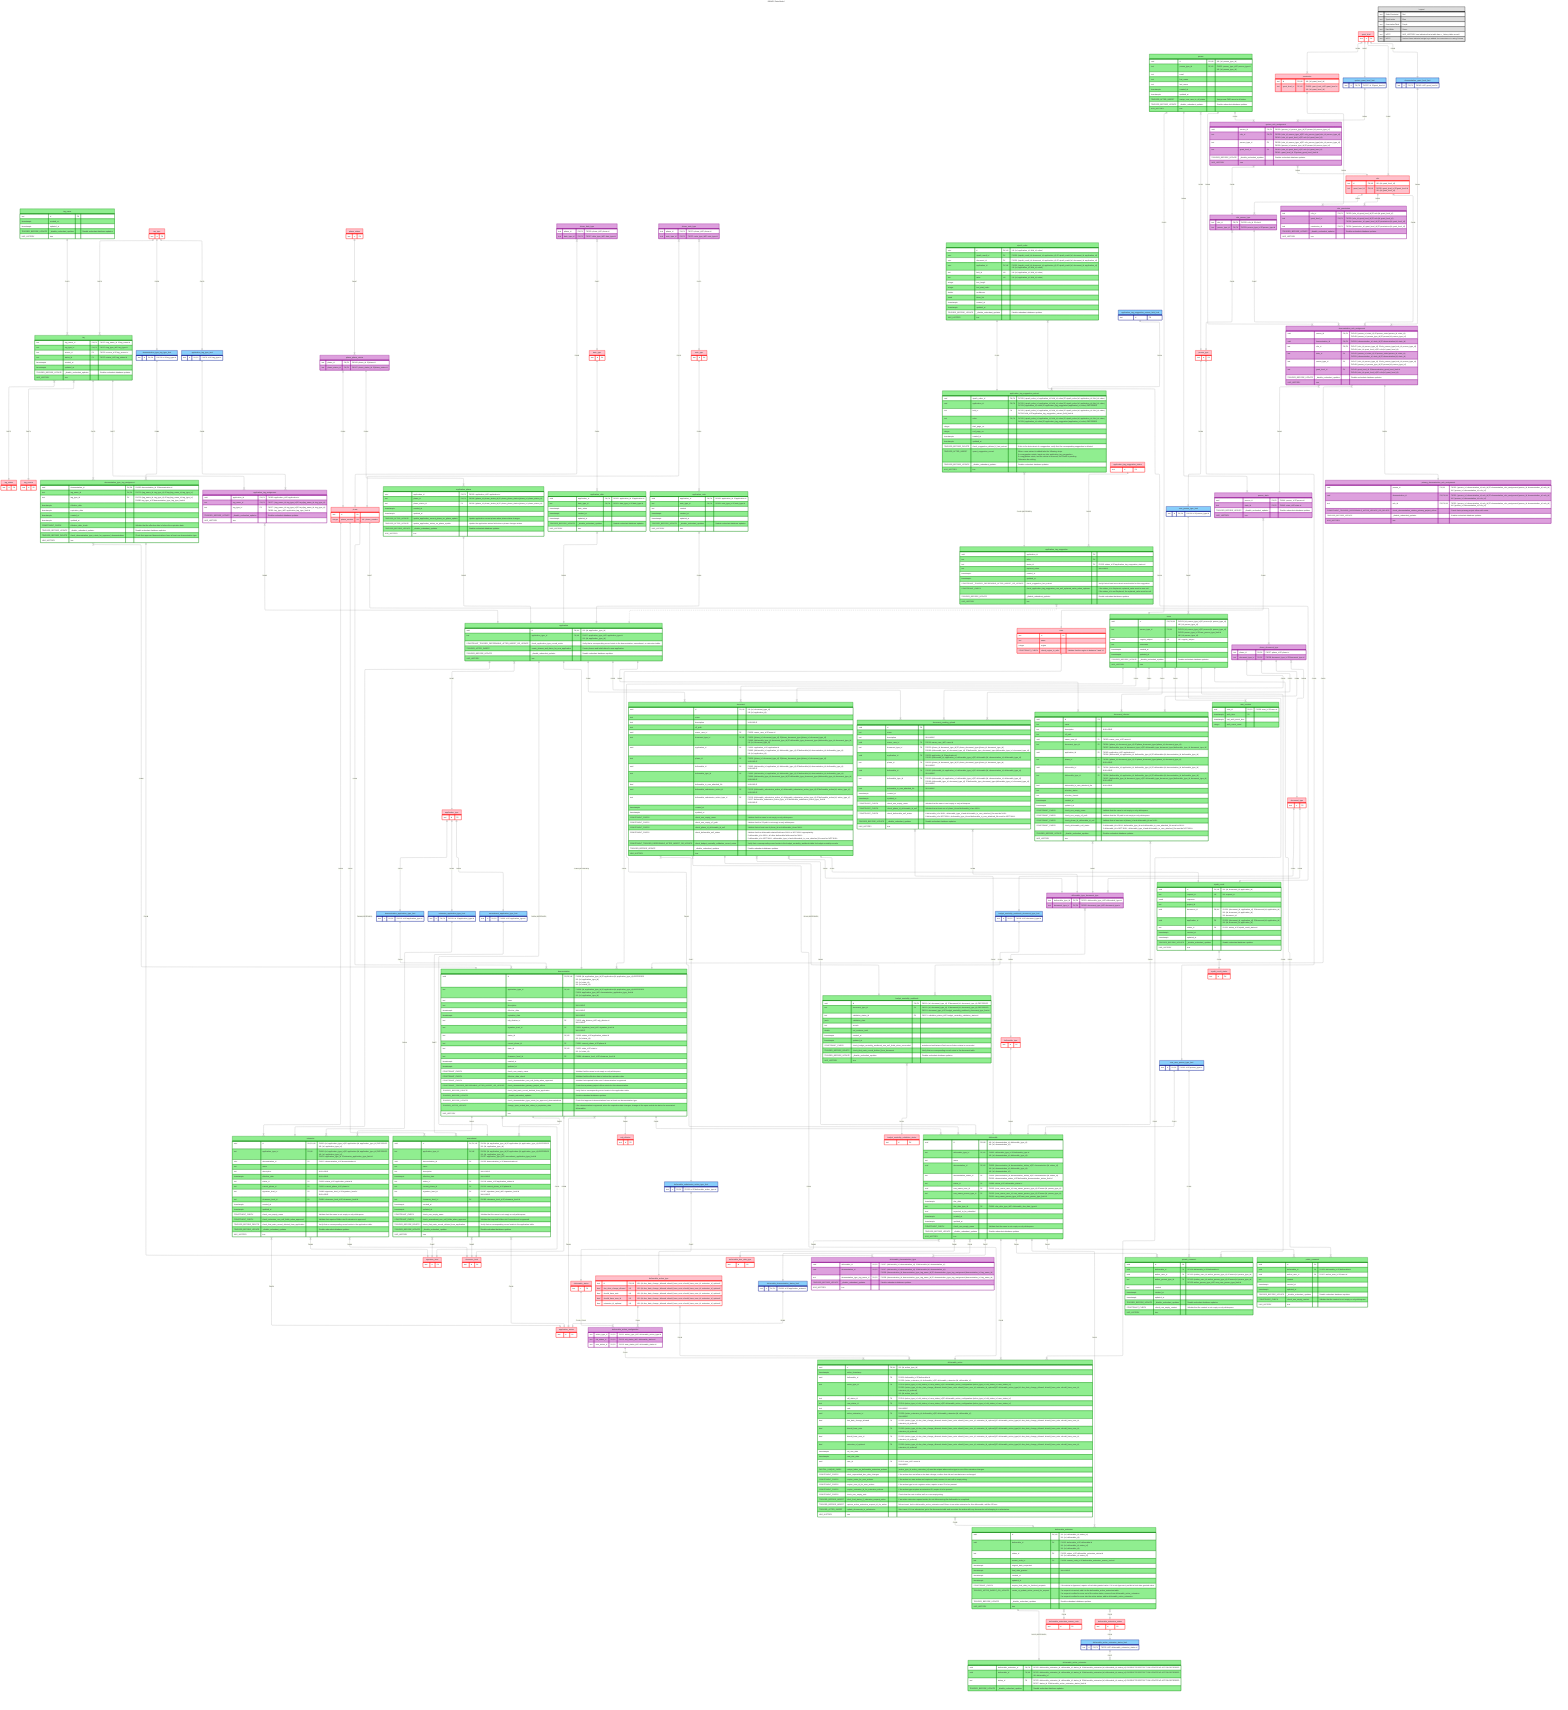
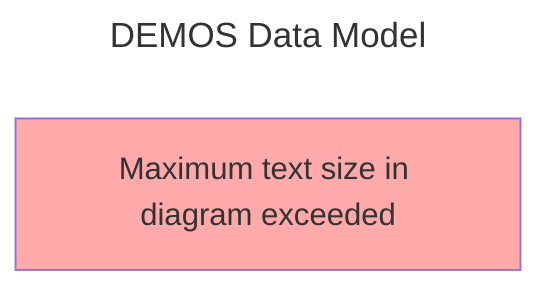
---
title: DEMOS Data Model
config:
  theme: default
  layout: elk
  elk:
    nodePlacementStrategy: NETWORK_SIMPLEX
---

erDiagram
  classDef staticConstraint stroke:red,fill:pink
  classDef typeLimiter stroke:navy,fill:lightskyblue
  classDef dataTable stroke:green,fill:lightgreen
  classDef associativeTable stroke:darkmagenta,fill:plum
  classDef legend stroke:black,fill:#ddd

  tag_name ||--|{ tag : "FK072"
  tag_type ||--|{ tag : "FK073"
  tag }|--|| tag_status : "FK075"
  tag }|--|| tag_source : "FK074"
  tag ||--|{ demonstration_type_tag_assignment : "FK076"
  tag ||--|{ application_tag_assignment : "FK077"
  tag_type ||--|| demonstration_type_tag_type_limit : "FK078"
  tag_type ||--|| application_tag_type_limit : "FK079"
  demonstration_type_tag_type_limit ||--|{ demonstration_type_tag_assignment : "FK080"
  application_tag_type_limit ||--|{ application_tag_assignment : "FK081"
  demonstration_type_tag_assignment }|--|| demonstration : "FK082"
  application_tag_assignment }|--|| application : "FK083"
  phase_status ||--|{ phase_phase_status : "FK067"
  phase_phase_status }|--|| phase : "FK066"
-   phase_phase_status ||--|{ application_phase  : "FK004"
+   phase_phase_status ||--|{ application_phase : "FK004"
  phase_date_type }|--|| phase : "FK003"
  phase_note_type }|--|| phase : "FK070"
-   phase_date_type }|--|| date_type: "FK017"
-   phase_note_type }|--|| note_type: "FK071"
+   phase_date_type }|--|| date_type : "FK017"
+   phase_note_type }|--|| note_type : "FK071"
  application_phase }|--|| application : "FK005"
-   date_type ||--|{ application_date  : "FK001"
-   note_type ||--|{ application_note  : "FK069"
+   date_type ||--|{ application_date : "FK001"
+   note_type ||--|{ application_note : "FK069"
  application_date }|--|| application : "FK002"
  application_note }|--|| application : "FK068"
  application }|--|| application_type : "FK007"
  application ||--|| demonstration : "FK008 (DEFERRED)"
  application ||--|| extension : "FK009 (DEFERRED)"
  application ||--|| amendment : "FK054 (DEFERRED)"
  demonstration }|--|| sdg_division : "FK010"
  demonstration }|--|| signature_level : "FK011"
  demonstration ||--|{ extension : "FK012"
  demonstration ||--|{ amendment : "FK055"
  application_type ||--|| demonstration_application_type_limit : "FK013"
  demonstration_application_type_limit ||--|{ demonstration : "FK014"
  application_type ||--|| extension_application_type_limit : "FK015"
  extension_application_type_limit ||--|{ extension : "FK016"
  application_type ||--|| amendment_application_type_limit : "FK056"
  amendment_application_type_limit ||--|{ amendment : "FK057"
  amendment }|--|| application_status : "FK018"
  phase ||--|{ amendment : "FK020"
  extension }|--|| application_status : "FK058"
  phase ||--|{ extension : "FK059"
  demonstration }|--|| application_status : "FK060"
  phase ||--|{ demonstration : "FK061"
  state ||--|{ demonstration : "FK021"
  person }|--|| person_type : "FK022"
  person ||--|| users : "FK023"
  person_type ||--|| user_person_type_limit : "FK024"
  user_person_type_limit ||--|{ users : "FK025"
  users ||--|{ document : "FK026"
  users ||--|{ document_pending_upload : "FK019"
  users ||--|{ document_infected : "FK063"
  users ||--|{ user_session : "FK139"
  phase ||--|{ phase_document_type : "FK027"
  phase_document_type }|--|| document_type : "FK028"
  phase_document_type ||--|{ document : "FK029"
  phase_document_type ||--|{ document_pending_upload : "FK052"
  phase_document_type ||--|{ document_infected : "FK064"
  application ||--|{ document : "FK030"
  application ||--|{ document_pending_upload : "FK053"
  application ||--|{ document_infected : "FK065"
  role_person_type }|--|| person_type : "FK031"
  role ||--|{ role_person_type : "FK032"
  role ||--|{ role_permission : "FK033"
  permission ||--|{ role_permission : "FK034"
  grant_level ||--|{ role : "FK035"
  grant_level ||--|{ permission : "FK036"
  system_grant_level_limit ||--|{ system_role_assignment : "FK041"
  system_role_assignment }|--|| role_person_type : "FK038"
  person ||--|{ system_role_assignment : "FK039"
  system_role_assignment }|--|| role : "FK040"
  grant_level ||--|| system_grant_level_limit : "FK037"
  demonstration_role_assignment }|--|| person_state : "FK042"
  person_state }|--|| state : "FK043"
  person ||--|{ person_state : "FK044"
  grant_level ||--|| demonstration_grant_level_limit : "FK045"
  demonstration_grant_level_limit ||--|{ demonstration_role_assignment : "FK046"
  role_person_type ||--|{ demonstration_role_assignment : "FK047"
  person ||--|{ demonstration_role_assignment : "FK048"
  role ||--|{ demonstration_role_assignment : "FK049"
  demonstration_role_assignment }|--|| demonstration : "FK050"
  demonstration_role_assignment ||--|| primary_demonstration_role_assignment : "FK051"
  demonstration }|--|| clearance_level : "FK084"
  amendment }|--|| clearance_level : "FK085"
  extension }|--|| clearance_level : "FK086"
  amendment }|--|| signature_level : "FK087"
  extension }|--|| signature_level : "FK088"
  document_type ||--|| budget_neutrality_workbook_document_type_limit : "FK118"
  document ||--|| budget_neutrality_workbook : "FK119 (DEFERRED)"
  budget_neutrality_workbook_document_type_limit ||--|{ budget_neutrality_workbook : "FK120"
  budget_neutrality_workbook }|--|| budget_neutrality_validation_status : "FK121"
  document }|--|| deliverable_action : "FK116"
  document }|--|| deliverable_submission_action_type_limit : "FK117"
  deliverable_status ||--|{ deliverable_action_configuration : "FK110, FK113"
  deliverable_action_type ||--|{ deliverable_action_configuration : "FK111"
  deliverable_action_type ||--|{ deliverable_action : "FK136"
  deliverable_action_configuration ||--|{ deliverable_action : "FK114"
  deliverable_submission_action_type_limit ||--|| deliverable_action_type : "FK115"
  demonstration ||--|{ deliverable : "FK006"
  deliverable_type ||--|{ deliverable : "FK062"
  deliverable }|--|| deliverable_status : "FK089"
  deliverable }|--|| deliverable_due_date_type : "FK090"
  document_type ||--|{ deliverable_type_document_type : "FK092"
  deliverable_type_document_type }|--|| deliverable_type : "FK091"
  document }|--|| deliverable : "FK093"
  document_infected }|--|| deliverable : "FK094"
  document_pending_upload }|--|| deliverable : "FK095"
  document }|--|| deliverable_type_document_type : "FK096"
  document_infected }|--|| deliverable_type_document_type : "FK097"
  document_pending_upload }|--|| deliverable_type_document_type : "FK098"
  deliverable_demonstration_status_limit ||--|| application_status : "FK099"
  deliverable }|--|| deliverable_demonstration_status_limit : "FK100"
  cms_user_person_type_limit ||--|{ deliverable : "FK101"
  person_type ||--|| cms_user_person_type_limit : "FK102"
  users ||--|{ deliverable : "FK103"
  deliverable ||--|{ deliverable_action : "FK109"
  deliverable_action }|--|| deliverable_extension : "FK128"
  deliverable ||--|{ deliverable_extension : "FK122"
  deliverable ||--|{ deliverable_demonstration_type : "FK137"
  demonstration_type_tag_assignment ||--|{ deliverable_demonstration_type : "FK138"
  deliverable_extension }|--|| deliverable_extension_reason_code : "FK124"
  deliverable_extension }|--|| deliverable_extension_status : "FK123"
  deliverable_extension_status ||--|| deliverable_active_extension_status_limit : "FK126"
  deliverable_active_extension_status_limit ||--|{ deliverable_active_extension : "FK127"
  deliverable_extension ||--|| deliverable_active_extension : "FK125 (DEFERRED)"
  deliverable ||--|{ private_comment : "FK104"
  deliverable ||--|{ public_comment : "FK105"
  users ||--|{ private_comment : "FK106"
  users ||--|{ public_comment : "FK107"
  cms_user_person_type_limit ||--|{ private_comment : "FK108"
  users ||--|{ deliverable_action : "FK112"
  document ||--|| uipath_result : "FK129"
  uipath_result ||--|{ uipath_value : "FK130"
  uipath_result }|--|| uipath_result_status : "FK131"
  uipath_value ||--|| application_tag_suggestion_extract : "FK132"
  application_tag_suggestion_extract }|--|| application_tag_suggestion : "FK133 (DEFERRED)"
  application_tag_suggestion_extract_field_limit ||--|{ application_tag_suggestion_extract : "FK134"
  application_tag_suggestion_status ||--|{ application_tag_suggestion : "FK135"
+   users ||--|{ reference : "FK140"
+   users ||--|{ reference_agreement : "FK141"
+   users ||--|{ reference_agreement_acceptance : "FK142"
+   reference ||--|{ reference_configuration : "FK143"
+   reference ||--|{ reference_tag_assignment : "FK144"
+   reference ||--|{ reference_demonstration_type : "FK145"
+   reference_agreement ||--|{ reference_configuration : "FK146"
+   reference_configuration }|--|| reference_configuration_status : "FK147"
+   reference_configuration ||--|{ reference_agreement_acceptance : "FK148"
+   tag ||--|{ reference_tag_assignment : "FK149"
+   tag ||--|{ reference_demonstration_type : "FK150"
+   demonstration_type_tag_type_limit ||--|{ reference_demonstration_type : "FK151"
+   tag_type ||--|| reference_tag_type_limit : "FK152"
+   reference_tag_type_limit ||--|{ reference_tag_assignment : "FK153"
  application_tag_suggestion }|..|| application : ""

  %% Static Constraints
  application_status:::staticConstraint {
    text id PK
  }

  application_tag_suggestion_status:::staticConstraint {
    text id PK
  }

  application_type:::staticConstraint {
    text id PK
  }

  budget_neutrality_validation_status:::staticConstraint {
    text id PK
  }

  clearance_level:::staticConstraint {
    text id PK
  }

  date_type:::staticConstraint {
    text id PK
  }

  deliverable_action_type:::staticConstraint {
    text id PK, UK "UK: (id, due_date_change_allowed, should_have_note, should_have_user_id, extension_id_optional)"
    bool due_date_change_allowed UK "UK: (id, due_date_change_allowed, should_have_note, should_have_user_id, extension_id_optional)"
    bool should_have_note UK "UK: (id, due_date_change_allowed, should_have_note, should_have_user_id, extension_id_optional)"
    bool should_have_user_id UK "UK: (id, due_date_change_allowed, should_have_note, should_have_user_id, extension_id_optional)"
    bool extension_id_optional UK "UK: (id, due_date_change_allowed, should_have_note, should_have_user_id, extension_id_optional)"
  }

  deliverable_due_date_type:::staticConstraint {
    text id PK
  }

  deliverable_extension_reason_code:::staticConstraint {
    text id PK
  }

  deliverable_extension_status:::staticConstraint {
    text id PK
  }

  deliverable_status:::staticConstraint {
    text id PK
  }

  deliverable_type:::staticConstraint {
    text id PK
  }

  document_type:::staticConstraint {
    text id PK
  }

  grant_level:::staticConstraint {
    text id PK
  }

  note_type:::staticConstraint {
    text id PK
  }

  permission:::staticConstraint {
    text id PK, UK "UK: (id, grant_level_id)"
    text grant_level_id FK, UK "FK036: grant_level_id ∈ grant_level.id<br>UK: (id, grant_level_id)"
  }

  person_type:::staticConstraint {
    text id PK
  }

  phase:::staticConstraint {
    text id PK
    integer phase_number UK "UK: phase_number"
  }

  phase_status:::staticConstraint {
    text id PK
  }

+   reference_configuration_status:::staticConstraint {
+     text id PK
+   }
+ 
  role:::staticConstraint {
    text id PK, UK "UK: (id, grant_level_id)"
    text grant_level_id FK, UK "FK035: grant_level_id ∈ grant_level.id<br>UK: (id, grant_level_id)"
  }

  sdg_division:::staticConstraint {
    text id PK
  }

  signature_level:::staticConstraint {
    text id PK
  }

  state:::staticConstraint {
    text id PK
    text name
    integer region
    CONSTRAINT_CHECK check_region_is_valid "Validate that the region is between 1 and 10."
  }

  tag_source:::staticConstraint {
    text id PK
  }

  tag_status:::staticConstraint {
    text id PK
  }

  tag_type:::staticConstraint {
    text id PK
  }

  uipath_result_status:::staticConstraint {
    text id PK
  }

  %% Type Limiters
  amendment_application_type_limit:::typeLimiter {
    text id PK, FK "FK056: id ∈ application_type.id"
  }

  application_tag_suggestion_extract_field_limit:::typeLimiter {
    text id PK
  }

  application_tag_type_limit:::typeLimiter {
    text id PK, FK "FK079: id ∈ tag_type.id"
  }

  budget_neutrality_workbook_document_type_limit:::typeLimiter {
    text id PK, FK "FK118: id ∈ document_type.id"
  }

  cms_user_person_type_limit:::typeLimiter {
    text id PK, FK "FK102: id ∈ person_type.id"
  }

  deliverable_active_extension_status_limit:::typeLimiter {
    text id PK, FK "FK126: id ∈ deliverable_extension_status.id"
  }

  deliverable_demonstration_status_limit:::typeLimiter {
    text id PK, FK "FK099: id ∈ application_status.id"
  }

  deliverable_submission_action_type_limit:::typeLimiter {
    text id PK, FK "FK115: id ∈ deliverable_action_type.id"
  }

  demonstration_application_type_limit:::typeLimiter {
    text id PK, FK "FK013: id ∈ application_type.id"
  }

  demonstration_grant_level_limit:::typeLimiter {
    text id PK, FK "FK045: id ∈ grant_level.id"
  }

  demonstration_type_tag_type_limit:::typeLimiter {
    text id PK, FK "FK078: id ∈ tag_type.id"
  }

  extension_application_type_limit:::typeLimiter {
    text id PK, FK "FK015: id ∈ application_type.id"
+   }
+ 
+   reference_tag_type_limit:::typeLimiter {
+     text id PK, FK "FK152: id ∈ tag_type.id"
  }

  system_grant_level_limit:::typeLimiter {
    text id PK, FK "FK037: id ∈ grant_level.id"
  }

  user_person_type_limit:::typeLimiter {
    text id PK, FK "FK024: id ∈ person_type.id"
  }

  %% Data Tables
  amendment:::dataTable {
    uuid id PK, FK, UK "FK054: (id, application_type_id) ∈ application.(id, application_type_id) DEFERRED<br>UK: (id, application_type_id)"
    text application_type_id FK, UK "FK054: (id, application_type_id) ∈ application.(id, application_type_id) DEFERRED<br>UK: (id, application_type_id)<br>FK057: application_type_id ∈ amendment_application_type_limit.id"
    uuid demonstration_id FK "FK055: demonstration_id ∈ demonstration.id"
    text name
    text description "NULLABLE"
    timestamptz effective_date "NULLABLE"
    text status_id FK "FK018: status_id ∈ application_status.id"
    text current_phase_id FK "FK020: current_phase_id ∈ phase.id"
    text signature_level_id FK "FK087: signature_level_id ∈ signature_level.id<br>NULLABLE"
    text clearance_level_id FK "FK085: clearance_level_id ∈ clearance_level.id"
    timestamptz created_at
    timestamptz updated_at
    CONSTRAINT_CHECK check_non_empty_name "Validate that the name is not empty or only whitespace."
    CONSTRAINT_CHECK check_amendment_non_null_fields_when_approved  "Validate that required fields exist if amendment is approved."
    TRIGGER_BEFORE_DELETE check_that_main_record_deleted_from_application "Verify that no corresponding record exists in the application table."
    TRIGGER_BEFORE_UPDATE _disable_redundant_updates "Disable redundant database updates."
    HAS_HISTORY true
  }

  application:::dataTable {
    uuid id PK, UK "UK: (id, application_type_id)"
    text application_type_id FK, UK "FK007: application_type_id ∈ application_type.id<br>UK: (id, application_type_id)"
    CONSTRAINT_TRIGGER_DEFERRABLE_AFTER_INSERT_OR_UPDATE check_application_type_record_exists "Verify that a corresponding record exists in the demonstration, amendment, or extension tables."
    TRIGGER_AFTER_INSERT create_phases_and_dates_for_new_application "Create phases and initial dates for new application."
    TRIGGER_BEFORE_UPDATE _disable_redundant_updates "Disable redundant database updates."
    HAS_HISTORY true
  }

  application_date:::dataTable {
    uuid application_id PK, FK "FK002: application_id ∈ application.id"
    text date_type_id PK, FK "FK001: date_type_id ∈ date_type.id"
    timestamptz date_value
    timestamptz created_at
    timestamptz updated_at
    TRIGGER_BEFORE_UPDATE _disable_redundant_updates "Disable redundant database updates."
    HAS_HISTORY true
  }

  application_note:::dataTable {
    uuid application_id PK, FK "FK068: application_id ∈ application.id"
    text note_type_id PK, FK "FK069: note_type_id ∈ note_type.id"
    text content
    timestamptz created_at
    timestamptz updated_at
    TRIGGER_BEFORE_UPDATE _disable_redundant_updates "Disable redundant database updates."
    HAS_HISTORY true
  }

  application_phase:::dataTable {
    uuid application_id PK, FK "FK005: application_id ∈ application.id"
    text phase_id PK, FK "FK004: (phase_id, phase_status_id) ∈ phase_phase_status.(phase_id, phase_status_id)"
    text phase_status_id FK "FK004: (phase_id, phase_status_id) ∈ phase_phase_status.(phase_id, phase_status_id)"
    timestamptz created_at
    timestamptz updated_at
    TRIGGER_AFTER_UPDATE update_application_current_phase_on_phase_update "Update application current phase when phase status changes."
    TRIGGER_AFTER_UPDATE update_application_status_on_phase_update "Update the application status field when a phase changes status."
    TRIGGER_BEFORE_UPDATE _disable_redundant_updates "Disable redundant database updates."
    HAS_HISTORY true
  }

  application_tag_suggestion:::dataTable {
    uuid application_id PK
    text value PK
    text status_id FK "FK135: status_id ∈ application_tag_suggestion_status.id"
    text replaced_value "NULLABLE"
    timestamptz created_at
    timestamptz updated_at
    CONSTRAINT_TRIGGER_DEFERRABLE_AFTER_INSERT_OR_UPDATE check_suggestion_has_extract "Verify that at least one extract record exists for this suggestion."
    CONSTRAINT_CHECK check_application_tag_suggestion_non_null_replaced_value_when_replaced "If the status_id is Replaced, replaced_value must be non null.<br>If the status_id is not Replaced, the replaced_value must be null."
    TRIGGER_BEFORE_UPDATE _disable_redundant_updates "Disable redundant database updates."
    HAS_HISTORY true
  }

  application_tag_suggestion_extract:::dataTable {
    uuid uipath_value_id PK, FK "FK132: (uipath_value_id, application_id, field_id, value) ∈ uipath_value.(id, application_id, field_id, value)"
    uuid application_id PK, FK "FK132: (uipath_value_id, application_id, field_id, value) ∈ uipath_value.(id, application_id, field_id, value)<br>FK133: (application_id, value) ∈ application_tag_suggestion.(application_id, value) DEFERRED"
    text field_id FK "FK132: (uipath_value_id, application_id, field_id, value) ∈ uipath_value.(id, application_id, field_id, value)<br>FK134: field_id ∈ application_tag_suggestion_extract_field_limit.id"
    text value PK, FK "FK132: (uipath_value_id, application_id, field_id, value) ∈ uipath_value.(id, application_id, field_id, value)<br>FK133: (application_id, value) ∈ application_tag_suggestion.(application_id, value) DEFERRED"
    integer start_page_no
    integer end_page_no
    timestamptz created_at
    timestamptz updated_at
    TRIGGER_BEFORE_DELETE check_suggestion_deleted_if_last_extract "If this is the last extract of a suggestion, verify that the corresponding suggestion is deleted."
    TRIGGER_AFTER_INSERT upsert_suggestion_record "When a new extract is added take the following steps.<br>If no suggestion exists, insert one into application_tag_suggestion.<br>If a suggestion exists, and the status is removed, set it back to pending.<br>Otherwise do nothing."
    TRIGGER_BEFORE_UPDATE _disable_redundant_updates "Disable redundant database updates."
    HAS_HISTORY true
  }

  budget_neutrality_workbook:::dataTable {
    uuid id PK, FK "FK119: (id, document_type_id) ∈ document.(id, document_type_id) DEFERRED"
    text document_type_id FK "FK119: (id, document_type_id) ∈ document.(id, document_type_id) DEFERRED<br>FK120: document_type_id ∈ budget_neutrality_workbook_document_type_limit.id"
    text validation_status_id FK "FK121: validation_status_id ∈ budget_neutrality_validation_status.id"
    jsonb validation_data
    text actuals
    double net_variance_total
    timestamptz created_at
    timestamptz updated_at
    CONSTRAINT_CHECK check_budget_neutrality_workbook_non_null_fields_when_succeeded "actuals and netVarianceTotal non null when status is succeeded"
    TRIGGER_BEFORE_DELETE check_that_main_record_deleted_from_document "Verify that no corresponding record exists in the document table."
    TRIGGER_BEFORE_UPDATE _disable_redundant_updates "Disable redundant database updates."
    HAS_HISTORY true
  }

  %% NOTE: That empty line with <br>&nbsp; is a layout hack for Mermaid
  deliverable:::dataTable {
    uuid id PK, UK "UK: (id, demonstration_id, deliverable_type_id)<br>UK: (id, demonstration_id)<br>&nbsp;"
    text deliverable_type_id FK, UK "FK062: deliverable_type_id ∈ deliverable_type.id<br>UK: (id, demonstration_id, deliverable_type_id)"
    text name
    uuid demonstration_id FK, UK "FK006: (demonstration_id, demonstration_status_id) ∈ demonstration.(id, status_id)<br>UK: (id, demonstration_id, deliverable_type_id)<br>UK: (id, demonstration_id)"
    text demonstration_status_id FK "FK006: (demonstration_id, demonstration_status_id) ∈ demonstration.(id, status_id)<br>FK100: demonstration_status_id ∈ deliverable_demonstration_status_limit.id"
    text status_id FK "FK089: status_id ∈ deliverable_status.id"
    uuid cms_owner_user_id FK "FK103: (cms_owner_user_id, cms_owner_person_type_id) ∈ users.(id, person_type_id)"
    text cms_owner_person_type_id FK "FK103: (cms_owner_user_id, cms_owner_person_type_id) ∈ users.(id, person_type_id)<br>FK101: cms_owner_person_type_id ∈ cms_user_person_type_limit.id"
    timestamptz due_date
    text due_date_type_id FK "FK090: due_date_type_id ∈ deliverable_due_date_type.id"
    bool expected_to_be_submitted
    timestamptz created_at
    timestamptz updated_at
    CONSTRAINT_CHECK check_non_empty_name "Validate that the name is not empty or only whitespace."
    TRIGGER_BEFORE_UPDATE _disable_redundant_updates "Disable redundant database updates."
    HAS_HISTORY true
  }

  deliverable_action:::dataTable {
    uuid id PK, UK "UK: (id, action_type_id)"
    timestamptz action_timestamp
    uuid deliverable_id FK "FK109: deliverable_id ∈ deliverable.id<br>FK128: (active_extension_id, deliverable_id) ∈ deliverable_extension.(id, deliverable_id)"
-     text action_type_id FK "FK114: (action_type_id, old_status_id, new_status_id) ∈ deliverable_action_configuration.(action_type_id, old_status_id, new_status_id)<br>FK136: (action_type_id, due_date_change_allowed, should_have_note, should_have_user_id, extension_id_optional)) ∈ deliverable_action_type.(id, due_date_change_allowed, should_have_note, should_have_user_id, extension_id_optional)<br>UK: (id, action_type_id)"
+     text action_type_id FK, UK "FK114: (action_type_id, old_status_id, new_status_id) ∈ deliverable_action_configuration.(action_type_id, old_status_id, new_status_id)<br>FK136: (action_type_id, due_date_change_allowed, should_have_note, should_have_user_id, extension_id_optional)) ∈ deliverable_action_type.(id, due_date_change_allowed, should_have_note, should_have_user_id, extension_id_optional)<br>UK: (id, action_type_id)"
    text old_status_id FK "FK114: (action_type_id, old_status_id, new_status_id) ∈ deliverable_action_configuration.(action_type_id, old_status_id, new_status_id)"
    text new_status_id FK "FK114: (action_type_id, old_status_id, new_status_id) ∈ deliverable_action_configuration.(action_type_id, old_status_id, new_status_id)"
    text note "NULLABLE"
-     uuid active_extension_id FK "FK128: (active_extension_id, deliverable_id) ∈ deliverable_extension.(id, deliverable_id)<br>NULLABLE"
+     uuid active_extension_id FK, UK "FK128: (active_extension_id, deliverable_id) ∈ deliverable_extension.(id, deliverable_id)<br>NULLABLE"
    bool due_date_change_allowed FK "FK136: (action_type_id, due_date_change_allowed, should_have_note, should_have_user_id, extension_id_optional)) ∈ deliverable_action_type.(id, due_date_change_allowed, should_have_note, should_have_user_id, extension_id_optional)"
    bool should_have_note FK "FK136: (action_type_id, due_date_change_allowed, should_have_note, should_have_user_id, extension_id_optional)) ∈ deliverable_action_type.(id, due_date_change_allowed, should_have_note, should_have_user_id, extension_id_optional)"
    bool should_have_user_id FK "FK136: (action_type_id, due_date_change_allowed, should_have_note, should_have_user_id, extension_id_optional)) ∈ deliverable_action_type.(id, due_date_change_allowed, should_have_note, should_have_user_id, extension_id_optional)"
    bool extension_id_optional FK "FK136: (action_type_id, due_date_change_allowed, should_have_note, should_have_user_id, extension_id_optional)) ∈ deliverable_action_type.(id, due_date_change_allowed, should_have_note, should_have_user_id, extension_id_optional)"
    timestamptz old_due_date
    timestamptz new_due_date
    uuid user_id FK "FK112: user_id ∈ users.id<br>NULLABLE"
    PARTIAL_UNIQUE_INDEX unique_index_on_deliverable_extension_actions "(action_type_id, active_extension_id) must be unique where action type is one of the extension changes."
    CONSTRAINT_CHECK block_unpermitted_due_date_changes "If the action does not allow a due date change, confirm that old and new dates are unchanged."
    CONSTRAINT_CHECK require_notes_for_user_actions "If the action is a user action and requires a note, ensure it is not null or empty string."
    CONSTRAINT_CHECK require_user_id_for_user_actions "If the action type is not a system action, require a user ID to be present."
    CONSTRAINT_CHECK require_extension_id_for_extension_actions "If the action type requires an extension ID, require it to be present."
    CONSTRAINT_CHECK check_non_empty_note "Check that the note is either null or a non empty string."
    TRIGGER_BEFORE_INSERT block_final_states_if_extension_request_active "If an active extension request exists, do not allow moving the deliverable to completed."
    TRIGGER_BEFORE_INSERT capture_active_extension_request_id_for_action "Before insert, look in deliverable_active_extension and if there is an active extension for this deliverable, add the ID here."
    TRIGGER_AFTER_INSERT update_documents_in_submission "After insert, if it is a submission, go to the documents table and associate the action with any documents not belonging to a submission."
    HAS_HISTORY true
  }

  deliverable_active_extension:::dataTable {
    uuid deliverable_extension_id PK, FK "FK125: deliverable_extension_id, deliverable_id, status_id ∈ deliverable_extension.(id, deliverable_id, status_id) ON DELETE RESTRICT ON UPDATE NO ACTION DEFERRED"
    uuid deliverable_id FK, UK "FK125: deliverable_extension_id, deliverable_id, status_id ∈ deliverable_extension.(id, deliverable_id, status_id) ON DELETE RESTRICT ON UPDATE NO ACTION DEFERRED<br>UK: deliverable_id"
    text status_id FK "FK125: deliverable_extension_id, deliverable_id, status_id ∈ deliverable_extension.(id, deliverable_id, status_id) ON DELETE RESTRICT ON UPDATE NO ACTION DEFERRED<br>FK127: status_id ∈ deliverable_active_extension_status_limit.id"
    TRIGGER_BEFORE_UPDATE _disable_redundant_updates "Disable redundant database updates."
  }

  deliverable_extension:::dataTable {
    uuid id PK, UK "UK: (id, deliverable_id, status_id)<br>UK: (id, deliverable_id)"
-     uuid deliverable_id FK "FK122: deliverable_id ∈ deliverable.id<br>UK: (id, deliverable_id, status_id)<br>UK: (id, deliverable_id)"
-     text status_id FK "FK123: status_id ∈ deliverable_extension_status.id<br>UK: (id, deliverable_id, status_id)"
+     uuid deliverable_id FK, UK "FK122: deliverable_id ∈ deliverable.id<br>UK: (id, deliverable_id, status_id)<br>UK: (id, deliverable_id)"
+     text status_id FK, UK "FK123: status_id ∈ deliverable_extension_status.id<br>UK: (id, deliverable_id, status_id)"
    text reason_code_id FK "FK124: reason_code_id ∈ deliverable_extension_reason_code.id"
    timestamptz original_date_requested
    timestamptz final_date_granted "NULLABLE"
    timestamptz created_at
    timestamptz updated_at
    CONSTRAINT_CHECK require_final_date_for_finished_requests "If the status is Approved, require a final date granted value. If it is not Approved, prohibit a final date granted value."
    TRIGGER_AFTER_INSERT_OR_UPDATE create_or_update_active_record_for_request "If a request is inserted, add it to the deliverable_active_extension table.<br>If a request is edited to move out of the active status, remove from deliverable_active_extension.<br>If a request is edited to move into the active status, add to deliverable_active_extension."
    TRIGGER_BEFORE_UPDATE _disable_redundant_updates "Disable redundant database updates."
    HAS_HISTORY true
  }

  demonstration:::dataTable {
    uuid id PK, FK, UK "FK008: (id, application_type_id) ∈ application.(id, application_type_id) DEFERRED<br>UK: (id, application_type_id)<br>UK: (id, state_id)<br>UK: (id, status_id)"
    text application_type_id FK, UK "FK008: (id, application_type_id) ∈ application.(id, application_type_id) DEFERRED<br>FK014: application_type_id ∈ demonstration_application_type_limit.id<br>UK: (id, application_type_id)"
    text name
    text description "NULLABLE"
    timestamptz effective_date "NULLABLE"
    timestamptz expiration_date "NULLABLE"
    text sdg_division_id FK "FK010: sdg_division_id ∈ sdg_division.id<br>NULLABLE"
    text signature_level_id FK "FK011: signature_level_id ∈ signature_level.id<br>NULLABLE"
    text status_id FK, UK "FK060: status_id ∈ application_status.id<br>UK: (id, status_id)"
    text current_phase_id FK "FK061: current_phase_id ∈ phase.id"
    text state_id FK, UK "FK021: state_id ∈ state.id<br>UK: (id, state_id)"
    text clearance_level_id FK "FK084: clearance_level_id ∈ clearance_level.id"
    timestamptz created_at
    timestamptz updated_at
    CONSTRAINT_CHECK check_non_empty_name "Validate that the name is not empty or only whitespace."
    CONSTRAINT_CHECK effective_date_check "Validate that the effective date is before the expiration date."
    CONSTRAINT_CHECK check_demonstration_non_null_fields_when_approved "Validate that required fields exist if demonstration is approved."
    CONSTRAINT_TRIGGER_DEFERRABLE_AFTER_INSERT_OR_UPDATE check_demonstration_primary_project_officer "Check that a primary project officer exists for this demonstration."
    TRIGGER_BEFORE_DELETE check_that_main_record_deleted_from_application "Verify that no corresponding record exists in the application table."
    TRIGGER_BEFORE_UPDATE _disable_redundant_updates "Disable redundant database updates."
    TRIGGER_BEFORE_UPDATE check_demonstration_type_exists_for_approved_demonstrations "Check that approved demonstrations have at least one demonstration type."
    TRIGGER_AFTER_UPDATE change_open_ended_due_dates_to_expiration_date "If the demonstration is approved, when the expiration date changes, change all the open-ended due dates for associated deliverables."
    HAS_HISTORY true
  }

  demonstration_type_tag_assignment:::dataTable {
    uuid demonstration_id PK, FK "FK082: demonstration_id ∈ demonstration.id"
    text tag_name_id PK, FK "FK076: (tag_name_id, tag_type_id) ∈ tag.(tag_name_id, tag_type_id)"
    text tag_type_id FK "FK076: (tag_name_id, tag_type_id) ∈ tag.(tag_name_id, tag_type_id)<br>FK080: tag_type_id ∈ demonstration_type_tag_type_limit.id"
    timestamptz effective_date
    timestamptz expiration_date
    timestamptz created_at
    timestamptz updated_at
    CONSTRAINT_CHECK effective_date_check "Validate that the effective date is before the expiration date."
    TRIGGER_BEFORE_UPDATE _disable_redundant_updates "Disable redundant database updates."
    TRIGGER_BEFORE_DELETE check_demonstration_type_exists_for_approved_demonstrations "Check that approved demonstrations have at least one demonstration type."
    HAS_HISTORY true
  }

  document:::dataTable {
    uuid id PK, UK "UK: (id, document_type_id)<br>UK: (id, application_id)"
    text name
    text description "NULLABLE"
    text s3_path
    uuid owner_user_id FK "FK026: owner_user_id ∈ users.id"
    text document_type_id FK, UK "FK029: (phase_id, document_type_id) ∈ phase_document_type.(phase_id, document_type_id)<br>FK096: (deliverable_type_id, document_type_id) ∈ deliverable_type_document_type.(deliverable_type_id, document_type_id)<br>UK: (id, document_type_id)"
-     uuid application_id FK "FK030: application_id ∈ application.id<br>FK093: (deliverable_id, application_id, deliverable_type_id) ∈ deliverable.(id, demonstration_id, deliverable_type_id)<br>UK: (id, application_id)"
+     uuid application_id FK, UK "FK030: application_id ∈ application.id<br>FK093: (deliverable_id, application_id, deliverable_type_id) ∈ deliverable.(id, demonstration_id, deliverable_type_id)<br>UK: (id, application_id)"
    text phase_id FK "FK029: (phase_id, document_type_id) ∈ phase_document_type.(phase_id, document_type_id)<br>NULLABLE"
    uuid deliverable_id FK "FK093: (deliverable_id, application_id, deliverable_type_id) ∈ deliverable.(id, demonstration_id, deliverable_type_id)<br>NULLABLE"
    text deliverable_type_id FK "FK093: (deliverable_id, application_id, deliverable_type_id) ∈ deliverable.(id, demonstration_id, deliverable_type_id)<br>FK096: (deliverable_type_id, document_type_id) ∈ deliverable_type_document_type.(deliverable_type_id, document_type_id)<br>NULLABLE"
    bool deliverable_is_cms_attached_file "NULLABLE"
    uuid deliverable_submission_action_id FK "FK116: (deliverable_submission_action_id, deliverable_submission_action_type_id) ∈ deliverable_action.(id, action_type_id)<br>NULLABLE"
    text deliverable_submission_action_type_id FK "FK116: (deliverable_submission_action_id, deliverable_submission_action_type_id) ∈ deliverable_action.(id, action_type_id)<br>FK117: deliverable_submission_action_type_id ∈ deliverable_submission_action_type_limit.id<br>NULLABLE"
    timestamptz created_at
    timestamptz updated_at
    CONSTRAINT_CHECK check_non_empty_name "Validate that the name is not empty or only whitespace."
    CONSTRAINT_CHECK check_non_empty_s3_path "Validate that the S3 path is not empty or only whitespace."
    CONSTRAINT_CHECK check_phase_id_deliverable_id_null "Validate that at least one of phase_id and deliverable_id are NULL."
    CONSTRAINT_CHECK check_deliverable_null_states "Validate that the deliverable-related fields are NULL or NOT NULL appropriately.<br>If deliverable_id is NULL, all other deliverable fields must be NULL.<br>If deliverable_id is NOT NULL, deliverable_type_id and deliverable_is_cms_attached_file must be NOT NULL."
    CONSTRAINT_TRIGGER_DEFERRABLE_AFTER_INSERT_OR_UPDATE check_budget_neutrality_validation_record_exists "Verify that a corresponding record exists in the budget_neutrality_workbook table for budget neutrality records."
    TRIGGER_BEFORE_UPDATE _disable_redundant_updates "Disable redundant database updates."
    HAS_HISTORY true
  }

  document_infected:::dataTable {
    uuid id PK
    text name
    text description "NULLABLE"
    text s3_path
    uuid owner_user_id FK "FK063: owner_user_id ∈ users.id"
    text document_type_id FK "FK064: (phase_id, document_type_id) ∈ phase_document_type.(phase_id, document_type_id)<br>FK097: (deliverable_type_id, document_type_id) ∈ deliverable_type_document_type.(deliverable_type_id, document_type_id)"
    uuid application_id FK "FK065: application_id ∈ application.id<br>FK094: (deliverable_id, application_id, deliverable_type_id) ∈ deliverable.(id, demonstration_id, deliverable_type_id)"
    text phase_id FK "FK064: (phase_id, document_type_id) ∈ phase_document_type.(phase_id, document_type_id)<br>NULLABLE"
    uuid deliverable_id FK "FK094: (deliverable_id, application_id, deliverable_type_id) ∈ deliverable.(id, demonstration_id, deliverable_type_id)<br>NULLABLE"
    text deliverable_type_id FK "FK094: (deliverable_id, application_id, deliverable_type_id) ∈ deliverable.(id, demonstration_id, deliverable_type_id)<br>FK097: (deliverable_type_id, document_type_id) ∈ deliverable_type_document_type.(deliverable_type_id, document_type_id)<br>NULLABLE"
    bool deliverable_is_cms_attached_file "NULLABLE"
    text infection_status
    text infection_threats
    timestamptz created_at
    timestamptz updated_at
    CONSTRAINT_CHECK check_non_empty_name "Validate that the name is not empty or only whitespace."
    CONSTRAINT_CHECK check_non_empty_s3_path "Validate that the S3 path is not empty or only whitespace."
    CONSTRAINT_CHECK check_phase_id_deliverable_id_null "Validate that at least one of phase_id and deliverable_id are NULL."
    CONSTRAINT_CHECK check_deliverable_null_states "If deliverable_id is NULL, deliverable_type_id and deliverable_is_cms_attached_file must be NULL.<br>If deliverable_id is NOT NULL, deliverable_type_id and deliverable_is_cms_attached_file must be NOT NULL."
    TRIGGER_BEFORE_UPDATE _disable_redundant_updates "Disable redundant database updates."
    HAS_HISTORY true
  }

  document_pending_upload:::dataTable {
    uuid id PK
    text name
    text description "NULLABLE"
    uuid owner_user_id FK "FK019: owner_user_id ∈ users.id"
    text document_type_id FK "FK052: (phase_id, document_type_id) ∈ phase_document_type.(phase_id, document_type_id)<br>FK098: (deliverable_type_id, document_type_id) ∈ deliverable_type_document_type.(deliverable_type_id, document_type_id)"
    uuid application_id FK "FK053: application_id ∈ application.id<br>FK095: (deliverable_id, application_id, deliverable_type_id) ∈ deliverable.(id, demonstration_id, deliverable_type_id)"
    text phase_id FK "FK052: (phase_id, document_type_id) ∈ phase_document_type.(phase_id, document_type_id)<br>NULLABLE"
    uuid deliverable_id FK "FK095: (deliverable_id, application_id, deliverable_type_id) ∈ deliverable.(id, demonstration_id, deliverable_type_id)<br>NULLABLE"
    text deliverable_type_id FK "FK095: (deliverable_id, application_id, deliverable_type_id) ∈ deliverable.(id, demonstration_id, deliverable_type_id)<br>FK098: (deliverable_type_id, document_type_id) ∈ deliverable_type_document_type.(deliverable_type_id, document_type_id)<br>NULLABLE"
    bool deliverable_is_cms_attached_file "NULLABLE"
    timestamptz created_at
    timestamptz updated_at
    CONSTRAINT_CHECK check_non_empty_name "Validate that the name is not empty or only whitespace."
    CONSTRAINT_CHECK check_phase_id_deliverable_id_null "Validate that at least one of phase_id and deliverable_id are NULL."
    CONSTRAINT_CHECK check_deliverable_null_states "If deliverable_id is NULL, deliverable_type_id and deliverable_is_cms_attached_file must be NULL.<br>If deliverable_id is NOT NULL, deliverable_type_id and deliverable_is_cms_attached_file must be NOT NULL."
    TRIGGER_BEFORE_UPDATE _disable_redundant_updates "Disable redundant database updates."
    HAS_HISTORY true
  }

  extension:::dataTable {
    uuid id PK, FK, UK "FK009: (id, application_type_id) ∈ application.(id, application_type_id) DEFERRED<br>UK: (id, application_type_id)"
    text application_type_id FK, UK "FK009: (id, application_type_id) ∈ application.(id, application_type_id) DEFERRED<br>UK: (id, application_type_id)<br>FK016: application_type_id ∈ extension_application_type_limit.id"
    uuid demonstration_id FK "FK012: demonstration_id ∈ demonstration.id"
    text name
    text description "NULLABLE"
    timestamptz effective_date "NULLABLE"
    text status_id FK "FK058: status_id ∈ application_status.id"
    text current_phase_id FK "FK059: current_phase_id ∈ phase.id"
    text signature_level_id FK "FK088: signature_level_id ∈ signature_level.id<br>NULLABLE"
    text clearance_level_id FK "FK086: clearance_level_id ∈ clearance_level.id"
    timestamptz created_at
    timestamptz updated_at
    CONSTRAINT_CHECK check_non_empty_name "Validate that the name is not empty or only whitespace."
    CONSTRAINT_CHECK check_extension_non_null_fields_when_approved  "Validate that required fields exist if extension is approved."
    TRIGGER_BEFORE_DELETE check_that_main_record_deleted_from_application "Verify that no corresponding record exists in the application table."
    TRIGGER_BEFORE_UPDATE _disable_redundant_updates "Disable redundant database updates."
    HAS_HISTORY true
  }

  person:::dataTable {
    uuid id PK, UK "UK: (id, person_type_id)"
    text person_type_id FK, UK "FK022: person_type_id ∈ person_type.id<br>UK: (id, person_type_id)"
    text email
    text first_name
    text last_name
    timestamptz created_at
    timestamptz updated_at
    TRIGGER_AFTER_INSERT assign_cms_user_to_all_states "Assign new CMS users to all states."
    TRIGGER_BEFORE_UPDATE _disable_redundant_updates "Disable redundant database updates."
    HAS_HISTORY true
  }

  private_comment:::dataTable {
    uuid id PK
    uuid deliverable_id FK "FK104: deliverable_id ∈ deliverable.id"
    uuid author_user_id FK "FK106: (author_user_id, author_person_type_id) ∈ users.(id, person_type_id)"
    text author_person_type_id FK "FK106: (author_user_id, author_person_type_id) ∈ users.(id, person_type_id)<br>FK108: author_person_type_id ∈ cms_user_person_type_limit.id"
    text content
    timestamptz created_at
    timestamptz updated_at
    TRIGGER_BEFORE_UPDATE _disable_redundant_updates "Disable redundant database updates."
    CONSTRAINT_CHECK check_non_empty_content "Validate that the content is not empty or only whitespace."
    HAS_HISTORY true
  }

  public_comment:::dataTable {
    uuid id PK
    uuid deliverable_id FK "FK105: deliverable_id ∈ deliverable.id"
    uuid author_user_id FK "FK107: author_user_id ∈ users.id"
    text content
    timestamptz created_at
    timestamptz updated_at
    TRIGGER_BEFORE_UPDATE _disable_redundant_updates "Disable redundant database updates."
    CONSTRAINT_CHECK check_non_empty_content "Validate that the content is not empty or only whitespace."
    HAS_HISTORY true
  }

+   reference:::dataTable {
+     uuid id PK
+     text name
+     text s3_path
+     uuid owner_user_id FK "FK140: owner_user_id ∈ users.id"
+     timestamptz created_at
+     timestamptz updated_at
+     CONSTRAINT_CHECK check_non_empty_name "Validate that the name is not empty or only whitespace."
+     CONSTRAINT_CHECK check_non_empty_s3_path "Validate that the S3 path is not empty or only whitespace."
+     HAS_HISTORY true
+   }
+ 
+   reference_agreement:::dataTable {
+     uuid id PK
+     text name
+     text s3_path
+     uuid owner_user_id FK "FK141: owner_user_id ∈ users.id"
+     timestamptz created_at
+     timestamptz updated_at
+     CONSTRAINT_CHECK check_non_empty_name "Validate that the name is not empty or only whitespace."
+     CONSTRAINT_CHECK check_non_empty_s3_path "Validate that the S3 path is not empty or only whitespace."
+     HAS_HISTORY true
+   }
+ 
+   reference_agreement_acceptance:::dataTable {
+     uuid reference_id PK, FK "FK148: (reference_id, reference_agreement_id) ∈ reference_configuration.(reference_id, reference_agreement_id) ON DELETE RESTRICT ON UPDATE NO ACTION"
+     uuid reference_agreement_id PK, FK "FK148: (reference_id, reference_agreement_id) ∈ reference_configuration.(reference_id, reference_agreement_id) ON DELETE RESTRICT ON UPDATE NO ACTION"
+     uuid user_id PK, FK "FK142: user_id ∈ users.id"
+     timestamptz acceptance_timestamp
+   }
+ 
+   reference_configuration:::dataTable {
+     uuid id PK
+     uuid reference_id FK, UK "FK143: reference_id ∈ reference.id<br>UK: (reference_id, reference_agreement_id)"
+     uuid reference_agreement_id FK, UK "FK146: reference_agreement_id ∈ reference_agreement.id<br>UK: (reference_id, reference_agreement_id)<br>NULLABLE"
+     text status_id FK "FK147: status_id ∈ reference_configuration_status.id"
+     PARTIAL_UNIQUE_INDEX unique_index_on_active_reference_id "reference_id must be unique where status_id is Active."
+     NULLS_NOT_DISTINCT_UNIQUE_INDEX unique_index_reference_id_reference_agreement_id "The unique index on (reference_id, reference_agreement_id) is created with NULLS NOT DISTINCT."
+     HAS_HISTORY true
+   }
+ 
+ 
  tag:::dataTable {
    text tag_name_id PK, FK "FK072: tag_name_id ∈ tag_name.id"
    text tag_type_id PK, FK "FK073: tag_type_id ∈ tag_type.id"
    text source_id FK "FK074: source_id ∈ tag_source.id"
    text status_id FK "FK075: status_id ∈ tag_status.id"
    timestamptz created_at
    timestamptz updated_at
    TRIGGER_BEFORE_UPDATE _disable_redundant_updates "Disable redundant database updates."
    HAS_HISTORY true
  }

  tag_name:::dataTable {
    text id PK
    timestamptz created_at
    timestamptz updated_at
    TRIGGER_BEFORE_UPDATE _disable_redundant_updates "Disable redundant database updates."
    HAS_HISTORY true
  }

  uipath_result:::dataTable {
    uuid id PK, UK "UK: (id, document_id, application_id)"
    text request_id UK "UK: request_id"
    jsonb response
    text project_id
    uuid document_id FK, UK "FK129: (document_id, application_id) ∈ document.(id, application_id)<br>UK: (id, document_id, application_id)<br>UK: document_id"
-     uuid application_id FK "FK129: (document_id, application_id) ∈ document.(id, application_id)<br>UK: (id, document_id, application_id)"
+     uuid application_id FK, UK "FK129: (document_id, application_id) ∈ document.(id, application_id)<br>UK: (id, document_id, application_id)"
    text status_id FK "FK131: status_id ∈ uipath_result_status.id"
    timestamptz created_at
    timestamptz updated_at
    TRIGGER_BEFORE_UPDATE _disable_redundant_updates "Disable redundant database updates."
    HAS_HISTORY true
  }

  uipath_value:::dataTable {
    uuid id PK, UK "UK: (id, application_id, field_id, value)"
    uuid uipath_result_id FK "FK130: (uipath_result_id, document_id, application_id) ∈ uipath_result.(id, document_id, application_id)"
    uuid document_id FK "FK130: (uipath_result_id, document_id, application_id) ∈ uipath_result.(id, document_id, application_id)"
    uuid application_id FK, UK "FK130: (uipath_result_id, document_id, application_id) ∈ uipath_result.(id, document_id, application_id)<br>UK: (id, application_id, field_id, value)"
    text field_id UK "UK: (id, application_id, field_id, value)"
    text value UK "UK: (id, application_id, field_id, value)"
    integer text_length
    integer text_start_index
    double confidence
    jsonb token_list
    timestamptz created_at
    timestamptz updated_at
    TRIGGER_BEFORE_UPDATE _disable_redundant_updates "Disable redundant database updates."
    HAS_HISTORY true
  }

  user_session:::dataTable {
    uuid user_id PK, FK "FK139: user_id ∈ users.id"
    timestamptz auth_time PK
    timestamptz last_auth_event_time
    integer auth_event_count
  }

  users:::dataTable {
    uuid id PK, FK, UK "FK023: (id, person_type_id) ∈ person.(id, person_type_id)<br>UK: (id, person_type_id)"
    text person_type_id FK, UK "FK023: (id, person_type_id) ∈ person.(id, person_type_id)<br>FK025: person_type_id ∈ user_person_type_limit.id<br>UK: (id, person_type_id)"
    uuid cognito_subject UK "UK: cognito_subject"
    text username
    timestamptz created_at
    timestamptz updated_at
    TRIGGER_BEFORE_UPDATE _disable_redundant_updates "Disable redundant database updates."
    HAS_HISTORY true
  }

  %% Associative Tables
  application_tag_assignment:::associativeTable {
    uuid application_id PK, FK "FK083: application_id ∈ application.id"
    text tag_name_id PK, FK "FK077: (tag_name_id, tag_type_id) ∈ tag.(tag_name_id, tag_type_id)"
    text tag_type_id FK "FK077: (tag_name_id, tag_type_id) ∈ tag.(tag_name_id, tag_type_id)<br>FK081: tag_type_id ∈ application_tag_type_limit.id"
    TRIGGER_BEFORE_UPDATE _disable_redundant_updates "Disable redundant database updates."
    HAS_HISTORY true
  }

  deliverable_action_configuration:::associativeTable {
    text action_type_id PK, FK "FK111: action_type_id ∈ deliverable_action_type.id"
    text old_status_id PK, FK "FK110: old_status_id ∈ deliverable_status.id"
    text new_status_id PK, FK "FK113: new_status_id ∈ deliverable_status.id"
  }

  deliverable_demonstration_type:::associativeTable {
    uuid deliverable_id PK, FK "FK137: (deliverable_id, demonstration_id) ∈ deliverable.(id, demonstration_id)"
    uuid demonstration_id PK, FK "FK137: (deliverable_id, demonstration_id) ∈ deliverable.(id, demonstration_id)<br>FK138: (demonstration_id, demonstration_type_tag_name_id) ∈ demonstration_type_tag_assignment.(demonstration_id, tag_name_id)"
    text demonstration_type_tag_name_id PK, FK "FK138: (demonstration_id, demonstration_type_tag_name_id) ∈ demonstration_type_tag_assignment.(demonstration_id, tag_name_id)"
    TRIGGER_BEFORE_UPDATE _disable_redundant_updates "Disable redundant database updates."
    HAS_HISTORY true
  }

  deliverable_type_document_type:::associativeTable {
    text deliverable_type_id PK, FK "FK091: deliverable_type_id ∈ deliverable_type.id"
    text document_type_id PK, FK "FK092: document_type_id ∈ document_type.id"
  }

  demonstration_role_assignment:::associativeTable {
    uuid person_id PK, FK "FK042: (person_id, state_id) ∈ person_state.(person_id, state_id)<br>FK048: (person_id, person_type_id) ∈ person.(id, person_type_id)"
    uuid demonstration_id PK, FK "FK050: (demonstration_id, state_id) ∈ demonstration.(id, state_id)"
    text role_id PK, FK "FK047: (role_id, person_type_id) ∈ role_person_type.(role_id, person_type_id)<br>FK049: (role_id, grant_level_id) ∈ role.(id, grant_level_id)"
    text state_id FK "FK042: (person_id, state_id) ∈ person_state.(person_id, state_id)<br>FK050: (demonstration_id, state_id) ∈ demonstration.(id, state_id)"
    text person_type_id FK "FK047: (role_id, person_type_id) ∈ role_person_type.(role_id, person_type_id)<br>FK048: (person_id, person_type_id) ∈ person.(id, person_type_id)"
    text grant_level_id FK "FK046: grant_level_id ∈ demonstration_grant_level_limit.id<br>FK049: (role_id, grant_level_id) ∈ role.(id, grant_level_id)"
    TRIGGER_BEFORE_UPDATE _disable_redundant_updates "Disable redundant database updates."
    HAS_HISTORY true
  }

  person_state:::associativeTable {
    uuid person_id PK, FK "FK044: person_id ∈ person.id"
    text state_id PK, FK "FK043: state_id ∈ state.id"
    TRIGGER_BEFORE_UPDATE _disable_redundant_updates "Disable redundant database updates."
    HAS_HISTORY true
  }

  phase_date_type:::associativeTable {
    text phase_id PK, FK "FK003: phase_id ∈ phase.id"
    text date_type_id PK, FK "FK017: date_type_id ∈ date_type.id"
  }

  phase_document_type:::associativeTable {
    text phase_id PK, FK "FK027: phase_id ∈ phase.id"
    text document_type_id PK, FK "FK028: document_type_id ∈ document_type.id"
  }

  phase_note_type:::associativeTable {
    text phase_id PK, FK "FK070: phase_id ∈ phase.id"
    text note_type_id PK, FK "FK071: note_type_id ∈ note_type.id"
  }

  phase_phase_status:::associativeTable {
    text phase_id PK, FK "FK066: phase_id ∈ phase.id"
    text phase_status_id PK, FK "FK067: phase_status_id ∈ phase_status.id"
  }

  primary_demonstration_role_assignment:::associativeTable {
    uuid person_id FK, UK "FK051: (person_id, demonstration_id, role_id) ∈ demonstration_role_assignment.(person_id, demonstration_id, role_id)<br>UK: (person_id, demonstration_id, role_id)"
    uuid demonstration_id PK, FK, UK "FK051: (person_id, demonstration_id, role_id) ∈ demonstration_role_assignment.(person_id, demonstration_id, role_id)<br>UK: (person_id, demonstration_id, role_id)"
    text role_id PK, FK, UK "FK051: (person_id, demonstration_id, role_id) ∈ demonstration_role_assignment.(person_id, demonstration_id, role_id)<br>UK: (person_id, demonstration_id, role_id)"
    CONSTRAINT_TRIGGER_DEFERRABLE_AFTER_UPDATE_OR_DELETE check_demonstration_retains_primary_project_officer "Check that a primary project officer still exists."
    TRIGGER_BEFORE_UPDATE _disable_redundant_updates "Disable redundant database updates."
    HAS_HISTORY true
  }

+   reference_demonstration_type:::associativeTable {
+     uuid reference_id PK, FK "FK145: reference_id ∈ reference.id"
+     text demonstration_type_tag_name_id PK, FK "FK150: (demonstration_type_tag_name_id, demonstration_type_tag_type_id) ∈ tag.(tag_name_id, tag_type_id)"
+     text demonstration_type_tag_type_id PK, FK "FK150: (demonstration_type_tag_name_id, demonstration_type_tag_type_id) ∈ tag.(tag_name_id, tag_type_id)<br>FK151: demonstration_type_tag_type_id ∈ demonstration_type_tag_type_limit.id"
+     TRIGGER_BEFORE_UPDATE _disable_redundant_updates "Disable redundant database updates."
+     HAS_HISTORY true
+   }
+ 
+   reference_tag_assignment:::associativeTable {
+     uuid reference_id PK, FK "FK144: reference_id ∈ reference.id"
+     text tag_name_id PK, FK "FK149: (tag_name_id, tag_type_id) ∈ tag.(tag_name_id, tag_type_id)"
+     text tag_type_id PK, FK "FK149: (tag_name_id, tag_type_id) ∈ tag.(tag_name_id, tag_type_id)<br>FK153: tag_type_id ∈ reference_tag_type_limit.id"
+     TRIGGER_BEFORE_UPDATE _disable_redundant_updates "Disable redundant database updates."
+     HAS_HISTORY true
+   }
+ 
  role_permission:::associativeTable {
    text role_id PK, FK "FK033: (role_id, grant_level_id) ∈ role.(id, grant_level_id)"
    text grant_level_id PK, FK "FK033: (role_id, grant_level_id) ∈ role.(id, grant_level_id)<br>FK034: (permission_id, grant_level_id) ∈ permission.(id, grant_level_id)"
    text permission_id PK, FK "FK034: (permission_id, grant_level_id) ∈ permission.(id, grant_level_id)"
    TRIGGER_BEFORE_UPDATE _disable_redundant_updates "Disable redundant database updates."
    HAS_HISTORY true
  }

  role_person_type:::associativeTable {
    text role_id PK, FK "FK032: role_id ∈ role.id"
    text person_type_id PK, FK "FK031: person_type_id ∈ person_type.id"
  }

  system_role_assignment:::associativeTable {
    uuid person_id PK, FK "FK039: (person_id, person_type_id) ∈ person.(id, person_type_id)"
    text role_id PK, FK "FK038: (role_id, person_type_id) ∈ role_person_type.(role_id, person_type_id)<br>FK040: (role_id, grant_level_id) ∈ role.(id, grant_level_id)"
    text person_type_id FK "FK038: (role_id, person_type_id) ∈ role_person_type.(role_id, person_type_id)<br>FK039: (person_id, person_type_id) ∈ person.(id, person_type_id)"
    text grant_level_id FK "FK040: (role_id, grant_level_id) ∈ role.(id, grant_level_id)<br>FK041: grant_level_id ∈ system_grant_level_limit.id"
    TRIGGER_BEFORE_UPDATE _disable_redundant_updates "Disable redundant database updates."
    HAS_HISTORY true
  }

  %% Legend
  Legend:::legend {
    text StaticConstraint "Red"
    text TypeLimiter "Blue"
    text AssociativeTable "Purple"
    text DataTable "Green"
    text NOTE "HAS_HISTORY true indicates that a table has a _history table as well."
    text NOTE "Dashed lines indicate foreign keys added for convenience in using Prisma."
  }
